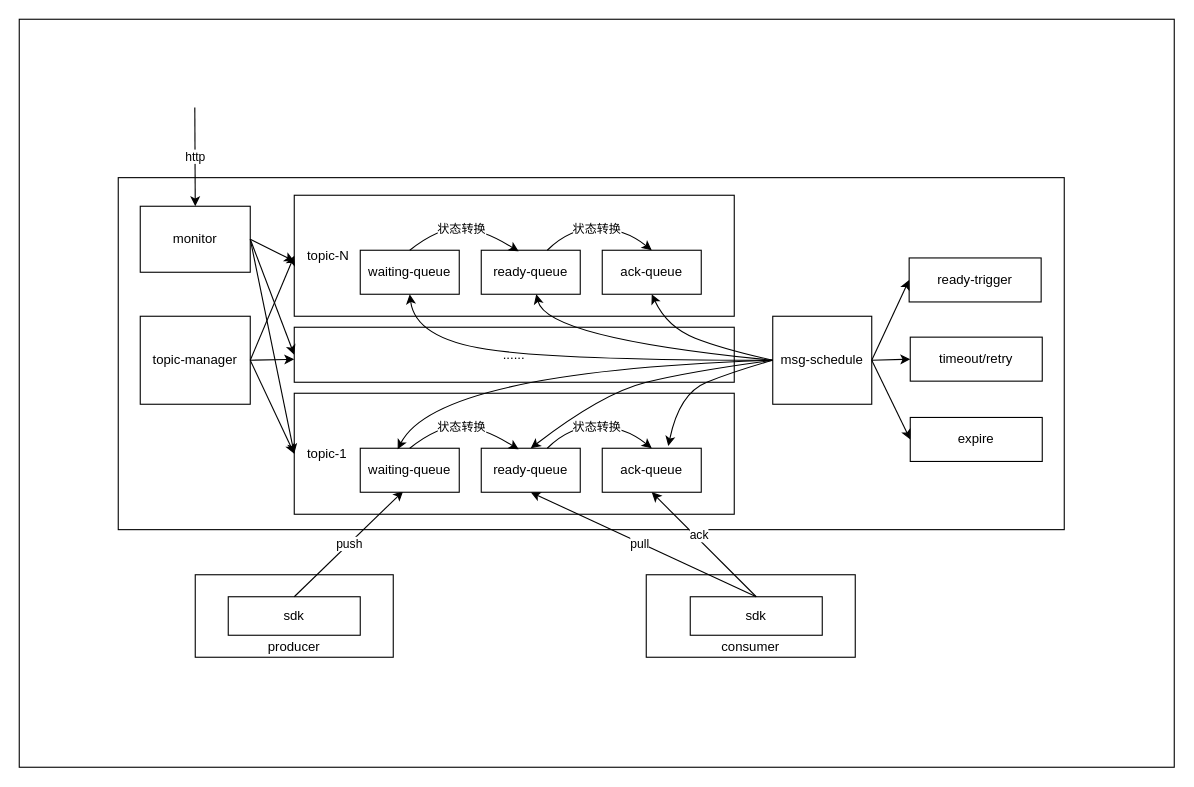
Above: docs/delay-queue/camellia-delay-queue.drawio in netease-im/camellia (draw.io), before the change. Source tidied: cells renumbered, new cells numbered last; positions are measured from the earlier drawing's top-left corner, leaving out a move shared by most shapes. Both pictures are drawn from the tidied source at 110%, with x=0, y=0 at pixel (19, 19).
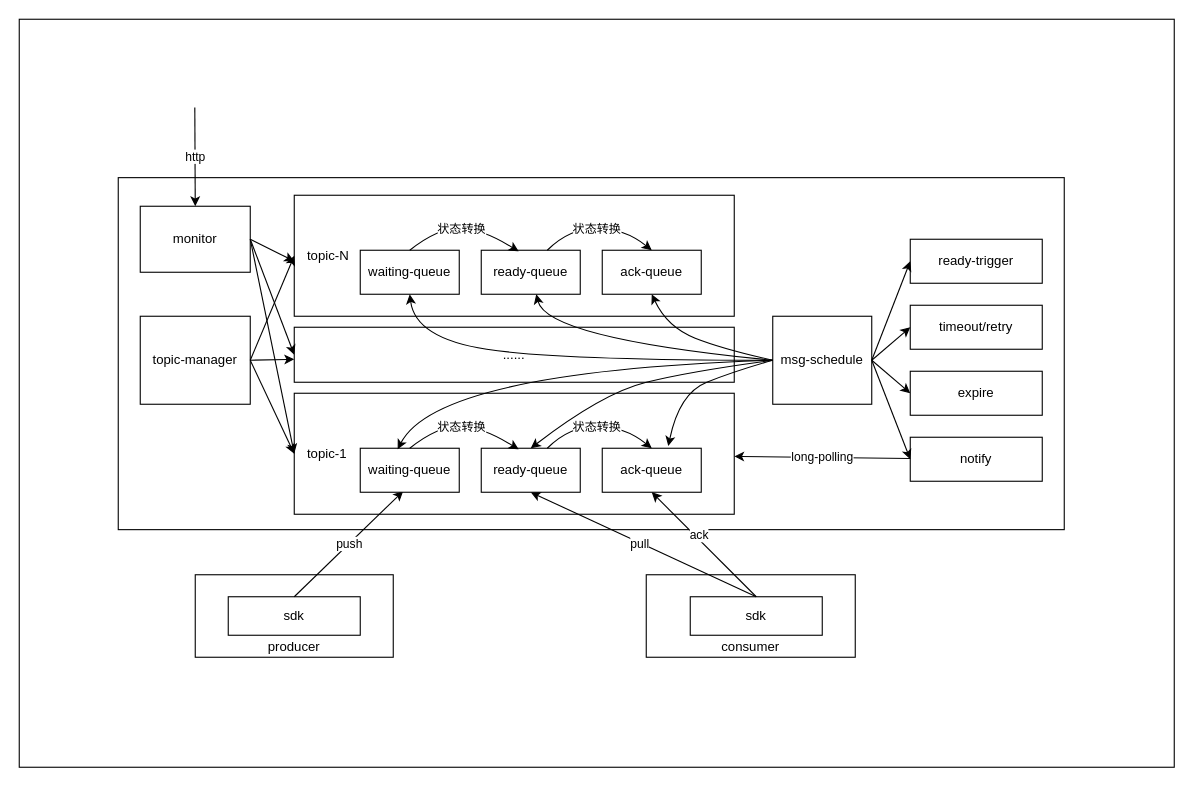
After the change.

The change refers to these unchanged cells:
```xml
<mxCell id="4" value="&amp;nbsp; &amp;nbsp;topic-1" style="rounded=0;whiteSpace=wrap;html=1;verticalAlign=middle;align=left;" parent="1" vertex="1">
  <mxGeometry x="250" y="340" width="400" height="110" as="geometry" />
</mxCell>
<mxCell id="31" value="msg-schedule" style="rounded=0;whiteSpace=wrap;html=1;align=center;verticalAlign=middle;" parent="1" vertex="1">
  <mxGeometry x="685" y="270" width="90" height="80" as="geometry" />
</mxCell>
```

The edit, as a diff of the source:
```diff
@@
     <mxCell id="41" value="ready-trigger" style="rounded=0;whiteSpace=wrap;html=1;align=center;verticalAlign=middle;" parent="1" vertex="1">
-      <mxGeometry x="809" y="217" width="120" height="40" as="geometry" />
+      <mxGeometry x="810" y="200" width="120" height="40" as="geometry" />
     </mxCell>
     <mxCell id="42" value="timeout/retry" style="rounded=0;whiteSpace=wrap;html=1;align=center;verticalAlign=middle;" parent="1" vertex="1">
-      <mxGeometry x="810" y="289" width="120" height="40" as="geometry" />
+      <mxGeometry x="810" y="260" width="120" height="40" as="geometry" />
     </mxCell>
     <mxCell id="43" value="expire" style="rounded=0;whiteSpace=wrap;html=1;align=center;verticalAlign=middle;" parent="1" vertex="1">
-      <mxGeometry x="810" y="362" width="120" height="40" as="geometry" />
+      <mxGeometry x="810" y="320" width="120" height="40" as="geometry" />
     </mxCell>
@@
+    <mxCell id="52" value="notify" style="rounded=0;whiteSpace=wrap;html=1;align=center;verticalAlign=middle;" parent="1" vertex="1">
+      <mxGeometry x="810" y="380" width="120" height="40" as="geometry" />
+    </mxCell>
+    <mxCell id="53" style="endArrow=classic;html=1;rounded=0;exitX=1;exitY=0.5;exitDx=0;exitDy=0;entryX=0;entryY=0.5;entryDx=0;entryDy=0;" parent="1" edge="1" source="31" target="52">
+      <mxGeometry relative="1" as="geometry" />
+    </mxCell>
+    <mxCell id="54" value="long-polling" style="endArrow=classic;html=1;rounded=0;" parent="1" edge="1" source="52" target="4">
+      <mxGeometry relative="1" as="geometry" />
+    </mxCell>
```
